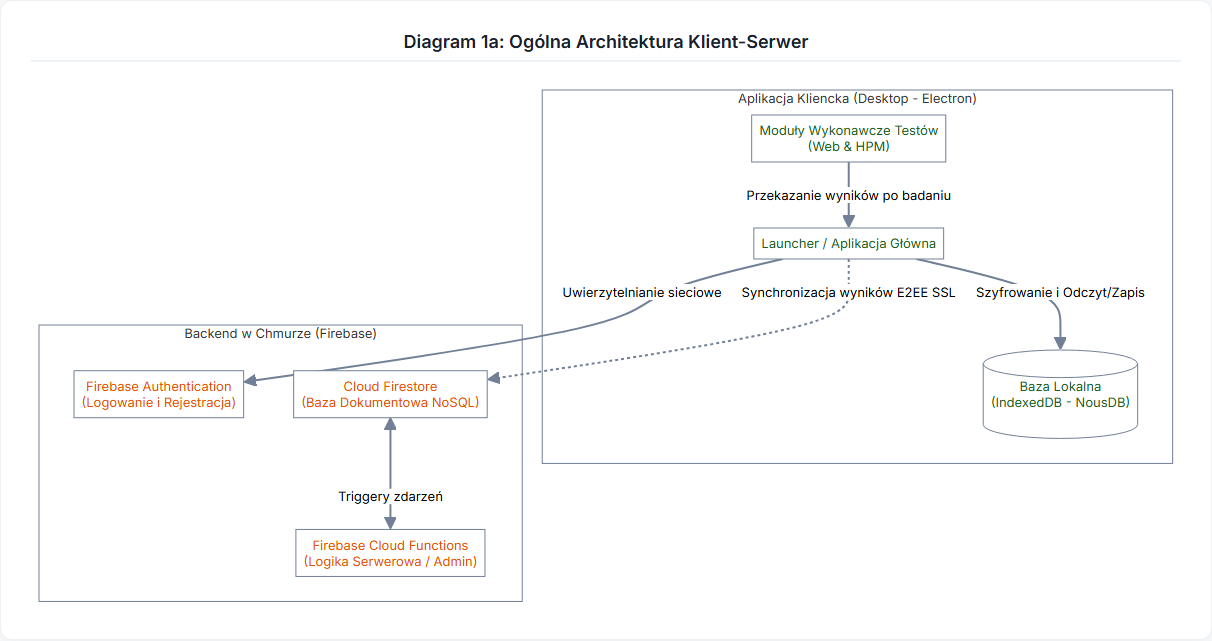
The Mermaid diagram Diagramy/architektura_ogolna.png in KaucBartosz/Nous, before a commit. Its source is kept beside it as Diagramy/architektura_ogolna.mermaid. Source of this version:
```mermaid
graph TD
    classDef client fill:#e8f5e9,stroke:#43a047,stroke-width:2px,color:#1b5e20;
    classDef firebase fill:#fff3e0,stroke:#fb8c00,stroke-width:2px,color:#e65100;
    classDef default fill:#ffffff,stroke:#718096,stroke-width:1px;

    subgraph Client ["Aplikacja Kliencka (Desktop - Electron)"]
        Launcher["Launcher / Aplikacja Główna"]:::client
        Modules["Moduły Wykonawcze Testów<br/>(Web & HPM)"]:::client
        DbLocal[("Baza Lokalna<br/>(IndexedDB - NousDB)")]:::client
    end

    subgraph Backend ["Backend w Chmurze (Firebase)"]
        FBAuth["Firebase Authentication<br/>(Logowanie i Rejestracja)"]:::firebase
        Firestore["Cloud Firestore<br/>(Baza Dokumentowa NoSQL)"]:::firebase
        CloudFunc["Firebase Cloud Functions<br/>(Logika Serwerowa / Admin)"]:::firebase
    end

    Launcher -->|Szyfrowanie i Odczyt/Zapis| DbLocal
    Launcher -->|Uwierzytelnianie sieciowe| FBAuth
    Launcher -.->|Synchronizacja wyników E2EE SSL| Firestore
    Firestore <-->|Triggery zdarzeń| CloudFunc
    Modules -->|Przekazanie wyników po badaniu| Launcher
```
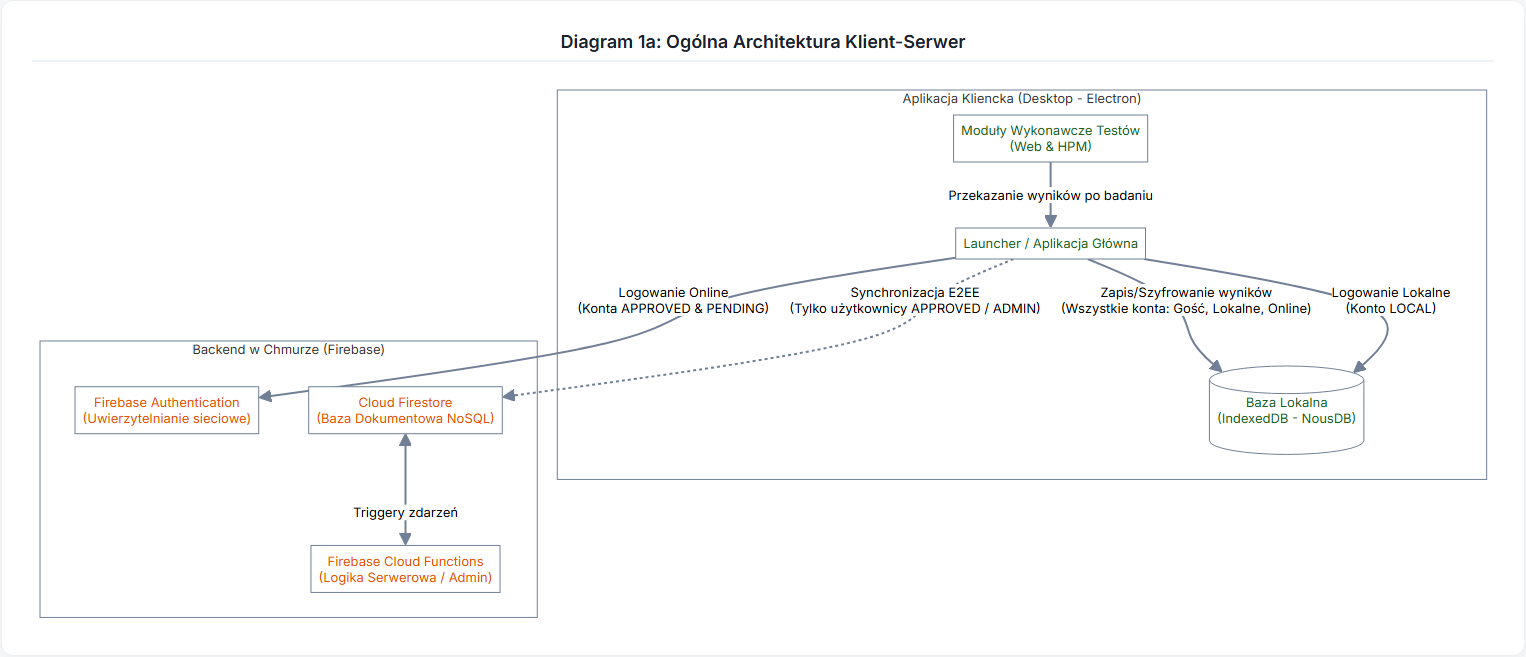
Above is the later version.

What changed in the source:
```diff
@@ -10,13 +10,17 @@
     end
 
     subgraph Backend ["Backend w Chmurze (Firebase)"]
-        FBAuth["Firebase Authentication<br/>(Logowanie i Rejestracja)"]:::firebase
+        FBAuth["Firebase Authentication<br/>(Uwierzytelnianie sieciowe)"]:::firebase
         Firestore["Cloud Firestore<br/>(Baza Dokumentowa NoSQL)"]:::firebase
         CloudFunc["Firebase Cloud Functions<br/>(Logika Serwerowa / Admin)"]:::firebase
     end
 
-    Launcher -->|Szyfrowanie i Odczyt/Zapis| DbLocal
-    Launcher -->|Uwierzytelnianie sieciowe| FBAuth
-    Launcher -.->|Synchronizacja wyników E2EE SSL| Firestore
+    Launcher -->|"Zapis/Szyfrowanie wyników<br/>(Wszystkie konta: Gość, Lokalne, Online)"| DbLocal
+    Launcher -->|"Logowanie Lokalne<br/>(Konto LOCAL)"| DbLocal
+
+    Launcher -->|"Logowanie Online<br/>(Konta APPROVED & PENDING)"| FBAuth
+
+    Launcher -.->|"Synchronizacja E2EE<br/>(Tylko użytkownicy APPROVED / ADMIN)"| Firestore
+
     Firestore <-->|Triggery zdarzeń| CloudFunc
     Modules -->|Przekazanie wyników po badaniu| Launcher
```
